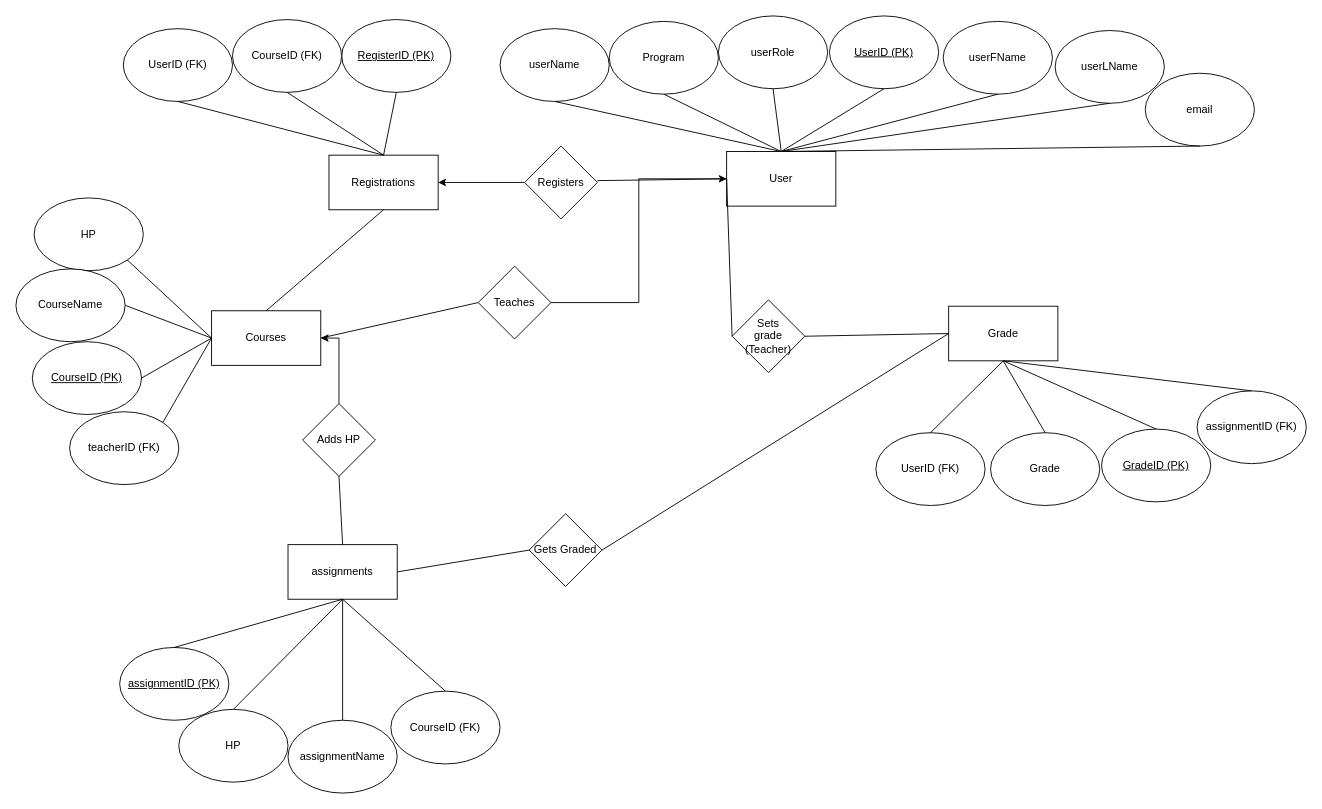
The draw.io diagram documentation/ER.drawio in B4lkongen/databas_project, before the edit. Source tidied: cells renumbered, new cells numbered last; positions are measured from the earlier drawing's top-left corner, leaving out a move shared by most shapes. Both pictures are drawn from the tidied source at 91%, with x=0, y=0 at pixel (15, 15).
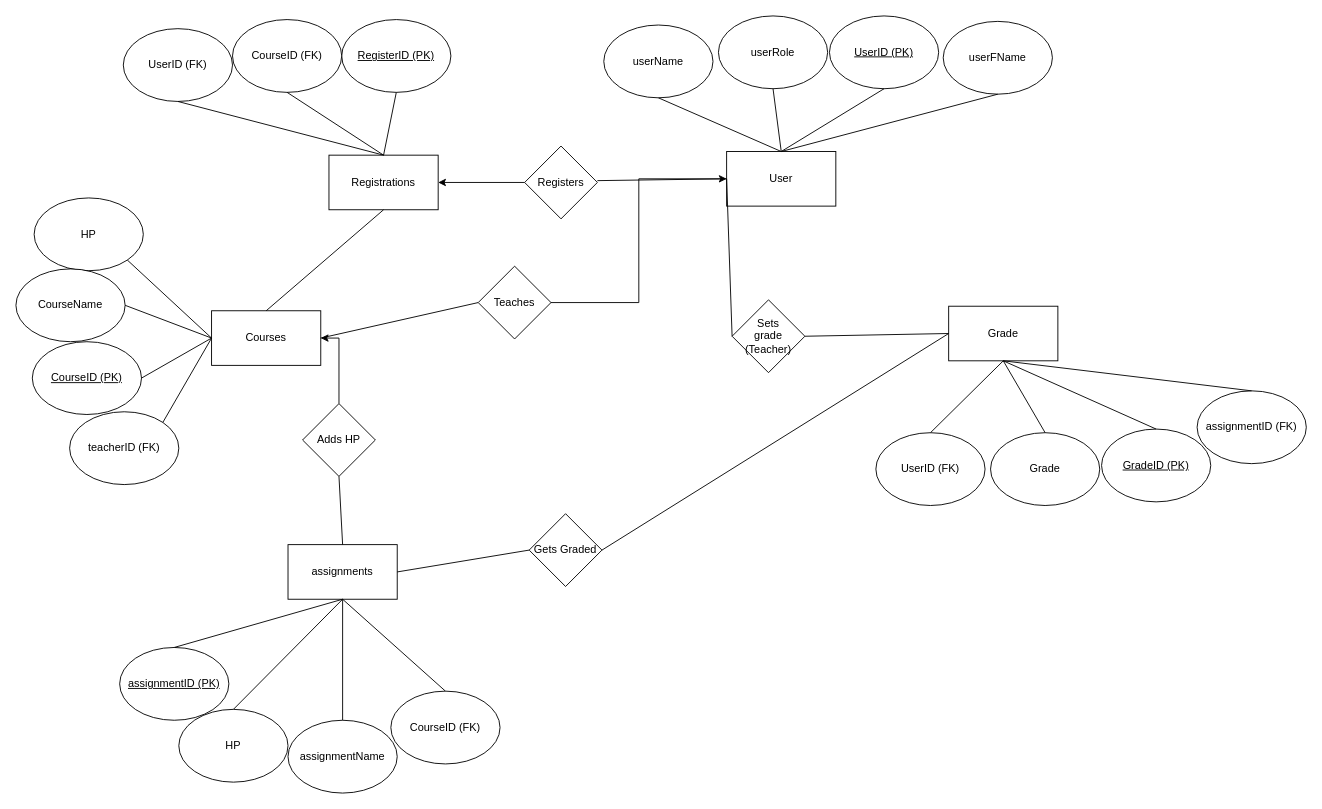
After the change.

Unchanged cells that the change refers to:
```xml
<mxCell id="2" value="User" style="rounded=0;whiteSpace=wrap;html=1;" parent="1" vertex="1">
  <mxGeometry x="781" y="149" width="120" height="60" as="geometry" />
</mxCell>
```

What changed in the source:
```diff
@@
-    <mxCell id="32" value="Program" style="ellipse;whiteSpace=wrap;html=1;" parent="1" vertex="1">
-      <mxGeometry x="652" y="6" width="120" height="80" as="geometry" />
-    </mxCell>
-    <mxCell id="33" value="userLName" style="ellipse;whiteSpace=wrap;html=1;" parent="1" vertex="1">
-      <mxGeometry x="1142" y="16" width="120" height="80" as="geometry" />
-    </mxCell>
@@
-    <mxCell id="36" style="endArrow=none;html=1;rounded=0;entryX=0.5;entryY=1;entryDx=0;entryDy=0;exitX=0.5;exitY=0;exitDx=0;exitDy=0;" parent="1" edge="1" source="2" target="32">
-      <mxGeometry relative="1" as="geometry" />
-    </mxCell>
-    <mxCell id="37" style="endArrow=none;html=1;rounded=0;entryX=0.5;entryY=1;entryDx=0;entryDy=0;exitX=0.5;exitY=0;exitDx=0;exitDy=0;" parent="1" edge="1" source="2" target="33">
-      <mxGeometry relative="1" as="geometry" />
-    </mxCell>
@@
     <mxCell id="63" value="userName" style="ellipse;whiteSpace=wrap;html=1;" parent="1" vertex="1">
-      <mxGeometry x="532" y="14" width="120" height="80" as="geometry" />
+      <mxGeometry x="646" y="10" width="120" height="80" as="geometry" />
     </mxCell>
@@
-    <mxCell id="65" value="email" style="ellipse;whiteSpace=wrap;html=1;" parent="1" vertex="1">
-      <mxGeometry x="1241" y="63" width="120" height="80" as="geometry" />
-    </mxCell>
-    <mxCell id="66" style="endArrow=none;html=1;rounded=0;entryX=0.5;entryY=1;entryDx=0;entryDy=0;exitX=0.5;exitY=0;exitDx=0;exitDy=0;" parent="1" edge="1" source="2" target="65">
-      <mxGeometry relative="1" as="geometry" />
-    </mxCell>
```
